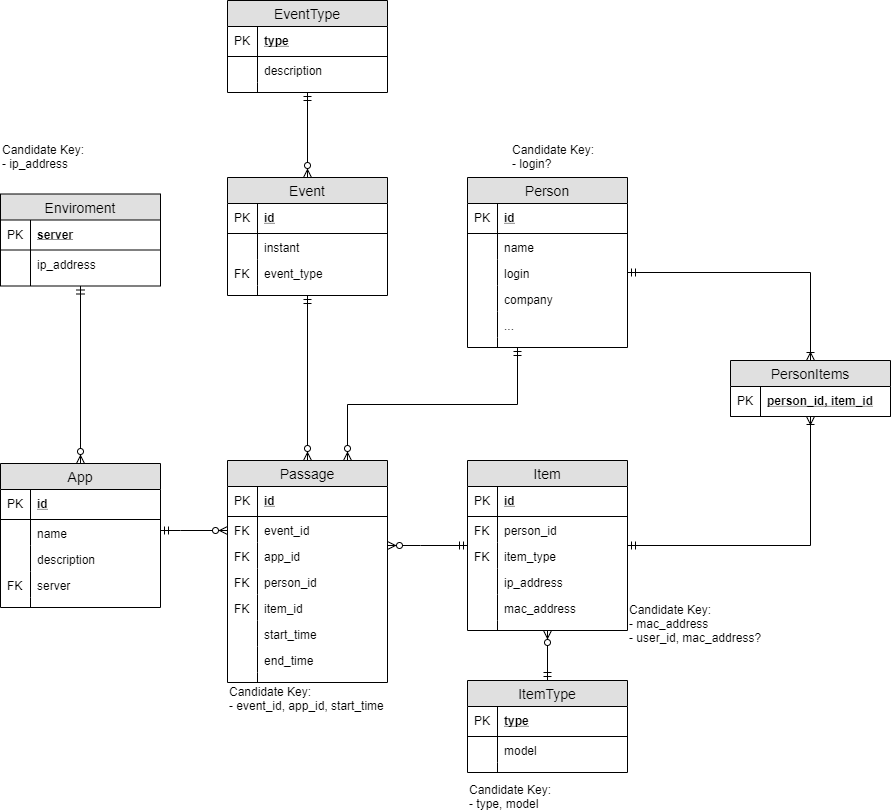
Before: documentation/models/db_model-ER Extended.png, a diagram exported from draw.io (apm1005/TFG). Source tidied: cells renumbered, new cells last; positions are measured from the earlier drawing's top-left corner, leaving out a move shared by most shapes.
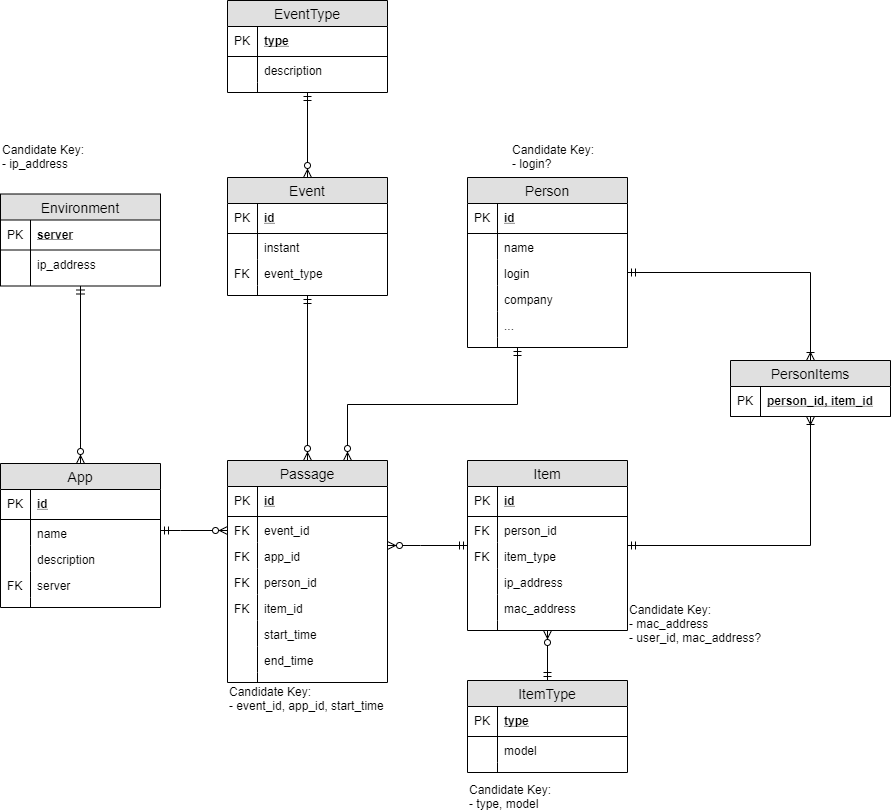
The same diagram one commit later.

The edit, as a diff of the source:
```diff
@@ -275,7 +275,7 @@
     <mxCell id="87" value="Candidate Key: &lt;br&gt;- type, model" style="text;html=1;align=left;verticalAlign=top;spacingTop=-4;" parent="1" vertex="1">
       <mxGeometry x="467" y="780" width="100" height="30" as="geometry" />
     </mxCell>
-    <mxCell id="88" value="Enviroment" style="swimlane;fontStyle=0;horizontal=1;startSize=26;fillColor=#e0e0e0;swimlaneFillColor=#ffffff;align=center;fontSize=14;" parent="1" vertex="1">
+    <mxCell id="88" value="Environment" style="swimlane;fontStyle=0;horizontal=1;startSize=26;fillColor=#e0e0e0;swimlaneFillColor=#ffffff;align=center;fontSize=14;" parent="1" vertex="1">
       <mxGeometry y="193.5" width="160" height="92" as="geometry" />
     </mxCell>
     <mxCell id="89" value="server" style="shape=partialRectangle;top=0;left=0;right=0;bottom=1;align=left;verticalAlign=middle;fillColor=none;spacingLeft=34;spacingRight=4;overflow=hidden;fontStyle=5;fontSize=12;" parent="88" vertex="1">
```
